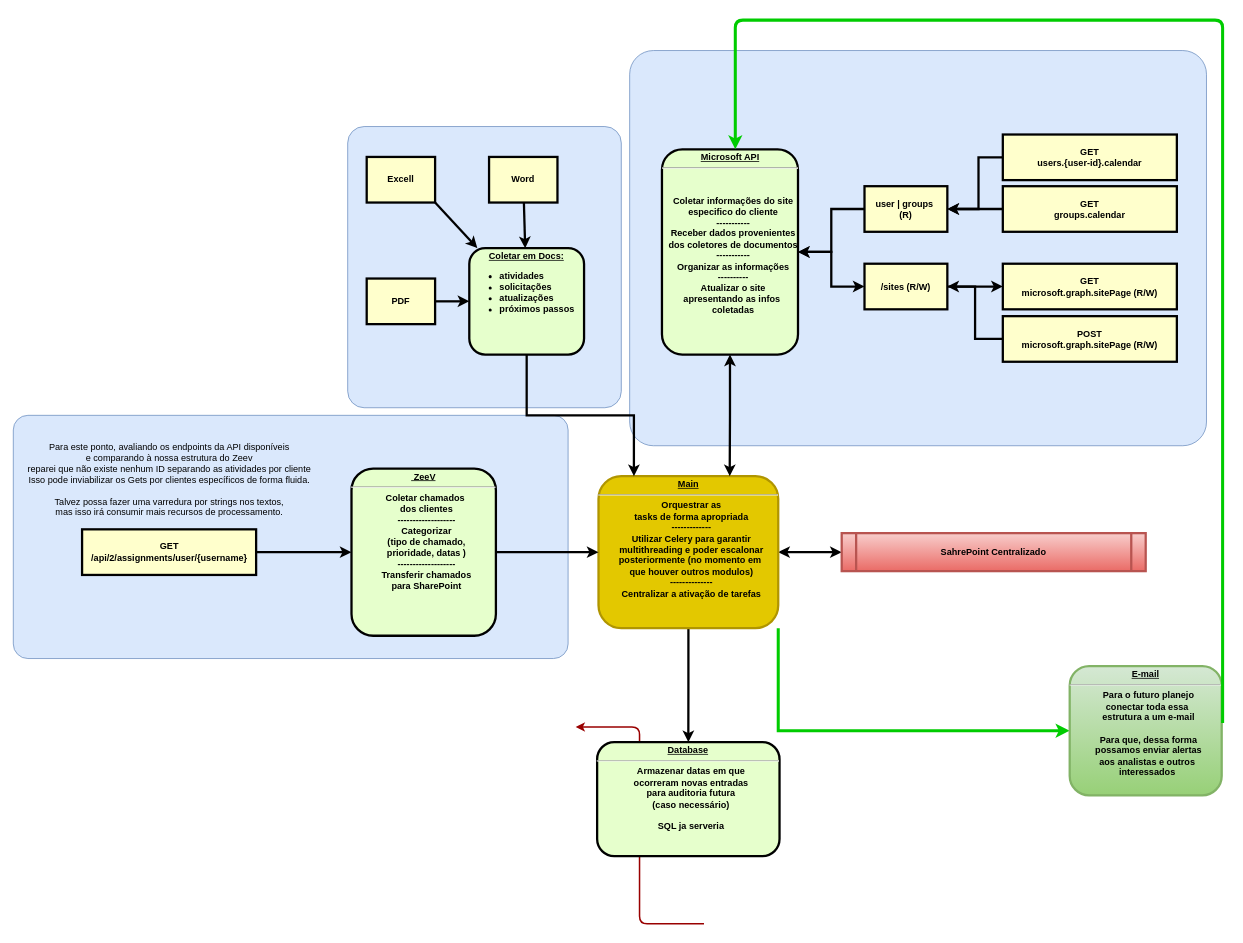
The draw.io diagram fluxograma.drawio in efraim-lima/doc-analysis, before the edit. Source tidied: cells renumbered, new cells numbered last; positions are measured from the earlier drawing's top-left corner, leaving out a move shared by most shapes. Both pictures are drawn from the tidied source at 76%, with x=0, y=0 at pixel (13, 20).
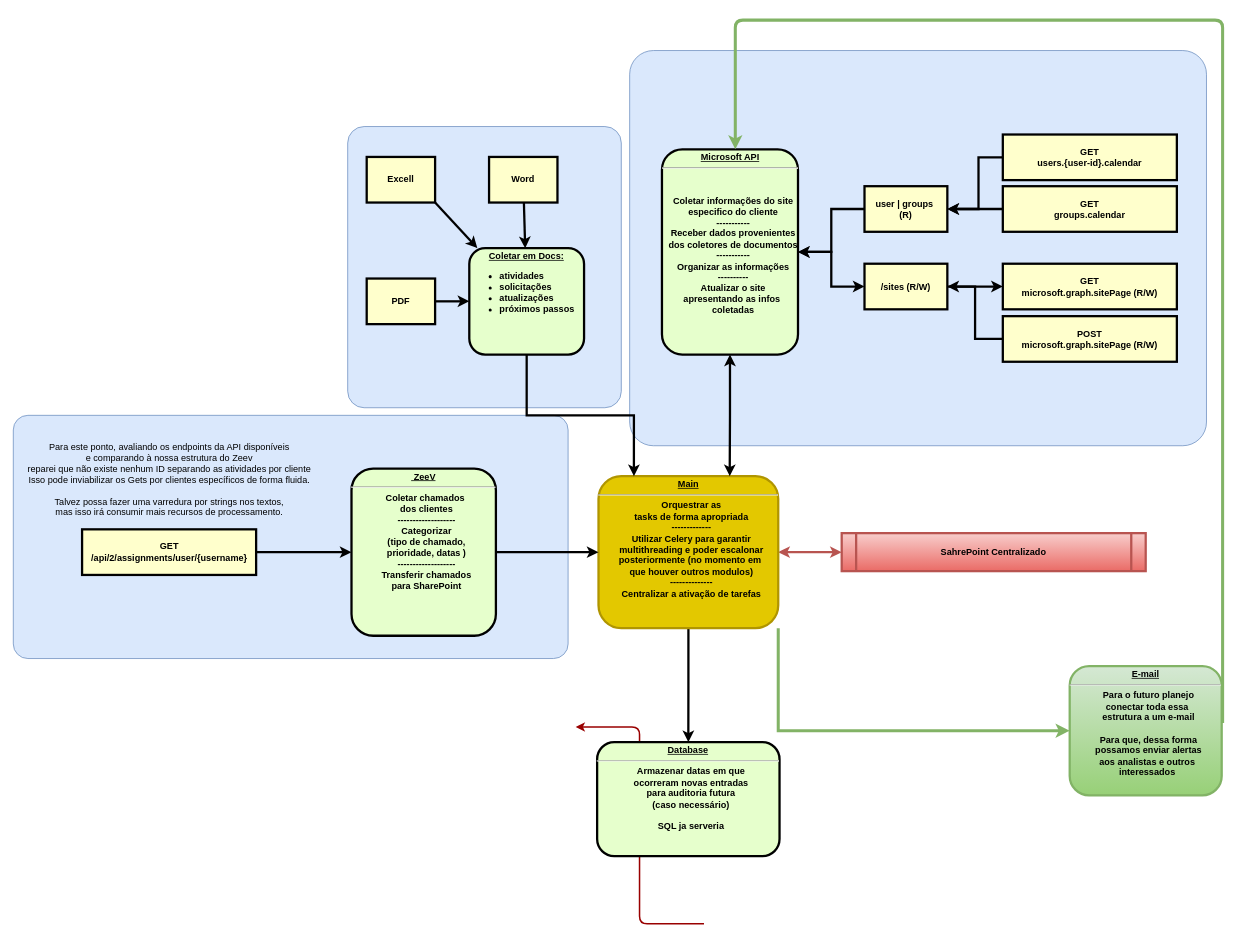
The same diagram, later.

Unchanged cells that the change refers to:
```xml
<mxCell id="9" value="SahrePoint Centralizado" style="shape=process;whiteSpace=wrap;align=center;verticalAlign=middle;size=0.0475;fontStyle=1;strokeWidth=3;fillColor=#f8cecc;gradientColor=#ea6b66;strokeColor=#b85450;" parent="1" vertex="1">
  <mxGeometry x="1090" y="675" width="400" height="50" as="geometry" />
</mxCell>
<mxCell id="12" value="&lt;p style=&quot;margin: 0px; margin-top: 4px; text-align: center; text-decoration: underline;&quot;&gt;&lt;strong&gt;Main&lt;/strong&gt;&lt;/p&gt;&lt;hr&gt;&lt;p style=&quot;margin: 0px; margin-left: 8px;&quot;&gt;&lt;span style=&quot;background-color: transparent; color: light-dark(rgb(0, 0, 0), rgb(255, 255, 255));&quot;&gt;Orquestrar as&lt;br&gt;tasks de forma apropriada&lt;br&gt;-------------&lt;br&gt;Utilizar Celery para garantir&lt;br&gt;multithreading e poder escalonar&lt;br&gt;posteriormente (no momento em&amp;nbsp;&lt;br&gt;que houver outros modulos)&lt;br&gt;--------------&lt;br&gt;Centralizar a ativação de tarefas&lt;/span&gt;&lt;/p&gt;" style="verticalAlign=middle;align=center;overflow=fill;fontSize=12;fontFamily=Helvetica;html=1;rounded=1;fontStyle=1;strokeWidth=3;fillColor=#e3c800;strokeColor=#B09500;fontColor=#000000;" parent="1" vertex="1">
  <mxGeometry x="770" y="600" width="236.5" height="200" as="geometry" />
</mxCell>
<mxCell id="17" value="&lt;p style=&quot;margin: 0px; margin-top: 4px; text-align: center; text-decoration: underline;&quot;&gt;&lt;strong&gt;E-mail&lt;br&gt;&lt;/strong&gt;&lt;/p&gt;&lt;hr&gt;&lt;p style=&quot;margin: 0px; margin-left: 8px;&quot;&gt;Para o futuro planejo&lt;br&gt;conectar toda essa&amp;nbsp;&lt;br&gt;estrutura a um e-mail&lt;br&gt;&lt;br&gt;Para que, dessa forma&lt;br&gt;possamos enviar alertas&lt;br&gt;aos analistas e outros&amp;nbsp;&lt;br&gt;interessados&amp;nbsp;&lt;/p&gt;" style="verticalAlign=middle;align=center;overflow=fill;fontSize=12;fontFamily=Helvetica;html=1;rounded=1;fontStyle=1;strokeWidth=3;fillColor=#d5e8d4;strokeColor=#82b366;gradientColor=#97d077;" parent="1" vertex="1">
  <mxGeometry x="1390" y="850" width="200" height="170" as="geometry" />
</mxCell>
```

Diff of the diagram source:
```diff
@@
-    <mxCell id="8" style="edgeStyle=orthogonalEdgeStyle;rounded=0;jettySize=auto;html=1;strokeWidth=3;startArrow=classic;startFill=1;" parent="1" edge="1" source="9" target="12">
+    <mxCell id="8" style="edgeStyle=orthogonalEdgeStyle;rounded=0;jettySize=auto;html=1;strokeWidth=3;startArrow=classic;startFill=1;strokeColor=#b85450;fillColor=#f8cecc;gradientColor=#ea6b66;" parent="1" edge="1" source="9" target="12">
       <mxGeometry relative="1" as="geometry" />
     </mxCell>
@@
-    <mxCell id="10" style="edgeStyle=orthogonalEdgeStyle;rounded=0;jettySize=auto;html=1;exitX=1;exitY=1;exitDx=0;exitDy=0;entryX=0;entryY=0.5;entryDx=0;entryDy=0;strokeColor=#00CC00;strokeWidth=4;" parent="1" edge="1" source="12" target="17">
+    <mxCell id="10" style="edgeStyle=orthogonalEdgeStyle;rounded=0;jettySize=auto;html=1;exitX=1;exitY=1;exitDx=0;exitDy=0;entryX=0;entryY=0.5;entryDx=0;entryDy=0;strokeColor=#82b366;strokeWidth=4;fillColor=#d5e8d4;gradientColor=#97d077;" parent="1" edge="1" source="12" target="17">
       <mxGeometry relative="1" as="geometry" />
     </mxCell>
@@
-    <mxCell id="21" style="edgeStyle=elbowEdgeStyle;elbow=vertical;strokeColor=#00CC00;strokeWidth=4;entryX=0.5;entryY=0;entryDx=0;entryDy=0;exitX=1.006;exitY=0.44;exitDx=0;exitDy=0;exitPerimeter=0;" parent="1" edge="1" source="17">
+    <mxCell id="21" style="edgeStyle=elbowEdgeStyle;elbow=vertical;strokeColor=#82b366;strokeWidth=4;entryX=0.5;entryY=0;entryDx=0;entryDy=0;exitX=1.006;exitY=0.44;exitDx=0;exitDy=0;exitPerimeter=0;fillColor=#d5e8d4;gradientColor=#97d077;" parent="1" edge="1" source="17">
       <mxGeometry relative="1" as="geometry">
         <mxPoint x="950" y="170" as="targetPoint" />
         <Array as="points">
           <mxPoint x="1937" />
         </Array>
       </mxGeometry>
     </mxCell>
```
